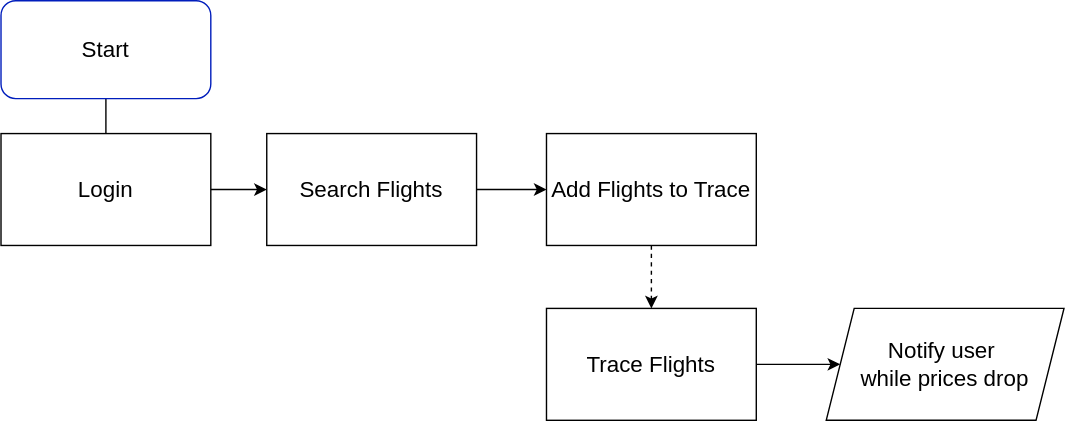
Above: diagram/Basic user flow.svg in CY-Marowak/FlightTicketProject (draw.io), before the change. Source tidied: cells renumbered, new cells last; positions are measured from the earlier drawing's top-left corner, leaving out a move shared by most shapes.
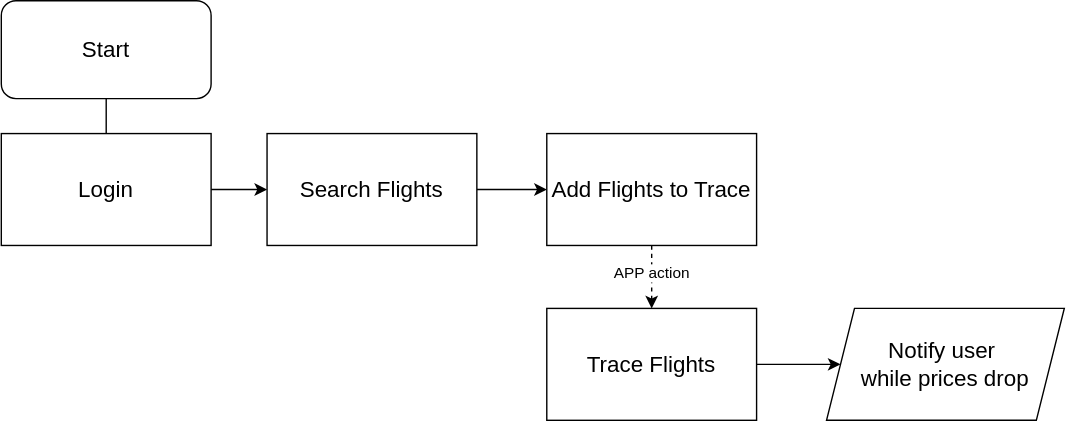
After the commit.

The edit, as a diff of the source:
```diff
@@ -5,34 +5,37 @@
     <mxCell id="2" style="edgeStyle=orthogonalEdgeStyle;rounded=0;jettySize=auto;html=1;exitX=0.5;exitY=1;exitDx=0;exitDy=0;entryX=0.5;entryY=0;entryDx=0;entryDy=0;endArrow=none;endFill=0;" parent="1" edge="1" source="3" target="5">
       <mxGeometry relative="1" as="geometry" />
     </mxCell>
-    <mxCell id="3" value="&lt;font style=&quot;font-size: 16px; color: light-dark(rgb(0, 0, 0), rgb(0, 0, 0));&quot;&gt;Start&lt;/font&gt;" style="rounded=1;whiteSpace=wrap;html=1;fillColor=light-dark(#FFFFFF,#66B2FF);fontColor=#ffffff;strokeColor=#001DBC;" parent="1" vertex="1">
+    <mxCell id="3" value="&lt;font style=&quot;font-size: 16px; color: light-dark(rgb(0, 0, 0), rgb(255, 255, 255));&quot;&gt;Start&lt;/font&gt;" style="rounded=1;whiteSpace=wrap;html=1;fillColor=light-dark(#FFFFFF,#000000);fontColor=#ffffff;strokeColor=light-dark(#000000,#FFFFFF);" parent="1" vertex="1">
       <mxGeometry width="150" height="70" as="geometry" />
     </mxCell>
     <mxCell id="4" style="edgeStyle=orthogonalEdgeStyle;rounded=0;jettySize=auto;html=1;exitX=1;exitY=0.5;exitDx=0;exitDy=0;entryX=0;entryY=0.5;entryDx=0;entryDy=0;" parent="1" edge="1" source="5" target="7">
       <mxGeometry relative="1" as="geometry" />
     </mxCell>
-    <mxCell id="5" value="&lt;span style=&quot;font-size: 16px;&quot;&gt;&lt;font style=&quot;color: light-dark(rgb(0, 0, 0), rgb(0, 0, 0));&quot;&gt;Login&lt;/font&gt;&lt;/span&gt;" style="rounded=0;whiteSpace=wrap;html=1;fillColor=light-dark(#FFFFFF,#66B2FF);" parent="1" vertex="1">
+    <mxCell id="5" value="&lt;span style=&quot;font-size: 16px;&quot;&gt;&lt;font style=&quot;color: light-dark(rgb(0, 0, 0), rgb(255, 255, 255));&quot;&gt;Login&lt;/font&gt;&lt;/span&gt;" style="rounded=0;whiteSpace=wrap;html=1;fillColor=light-dark(#FFFFFF,#000000);" parent="1" vertex="1">
       <mxGeometry y="95" width="150" height="80" as="geometry" />
     </mxCell>
     <mxCell id="6" style="edgeStyle=orthogonalEdgeStyle;rounded=0;jettySize=auto;html=1;exitX=1;exitY=0.5;exitDx=0;exitDy=0;entryX=0;entryY=0.5;entryDx=0;entryDy=0;" parent="1" edge="1" source="7" target="9">
       <mxGeometry relative="1" as="geometry" />
     </mxCell>
-    <mxCell id="7" value="&lt;span style=&quot;font-size: 16px;&quot;&gt;&lt;font style=&quot;color: light-dark(rgb(0, 0, 0), rgb(0, 0, 0));&quot;&gt;Search Flights&lt;/font&gt;&lt;/span&gt;" style="rounded=0;whiteSpace=wrap;html=1;fillColor=light-dark(#FFFFFF,#66B2FF);" parent="1" vertex="1">
+    <mxCell id="7" value="&lt;span style=&quot;font-size: 16px;&quot;&gt;&lt;font style=&quot;color: light-dark(rgb(0, 0, 0), rgb(255, 255, 255));&quot;&gt;Search Flights&lt;/font&gt;&lt;/span&gt;" style="rounded=0;whiteSpace=wrap;html=1;fillColor=light-dark(#FFFFFF,#000000);" parent="1" vertex="1">
       <mxGeometry x="190" y="95" width="150" height="80" as="geometry" />
     </mxCell>
     <mxCell id="8" style="edgeStyle=orthogonalEdgeStyle;rounded=0;jettySize=auto;html=1;exitX=0.5;exitY=1;exitDx=0;exitDy=0;entryX=0.5;entryY=0;entryDx=0;entryDy=0;dashed=1;" parent="1" edge="1" source="9" target="11">
       <mxGeometry relative="1" as="geometry" />
     </mxCell>
+    <mxCell id="13" value="APP action" style="edgeLabel;html=1;align=center;verticalAlign=middle;" parent="8" vertex="1">
+      <mxGeometry x="-0.15" relative="1" as="geometry" />
+    </mxCell>
-    <mxCell id="9" value="&lt;span style=&quot;font-size: 16px;&quot;&gt;&lt;font style=&quot;color: light-dark(rgb(0, 0, 0), rgb(0, 0, 0));&quot;&gt;Add Flights to Trace&lt;/font&gt;&lt;/span&gt;" style="rounded=0;whiteSpace=wrap;html=1;fillColor=light-dark(#FFFFFF,#66B2FF);" parent="1" vertex="1">
+    <mxCell id="9" value="&lt;span style=&quot;font-size: 16px;&quot;&gt;&lt;font style=&quot;color: light-dark(rgb(0, 0, 0), rgb(255, 255, 255));&quot;&gt;Add Flights to Trace&lt;/font&gt;&lt;/span&gt;" style="rounded=0;whiteSpace=wrap;html=1;fillColor=light-dark(#FFFFFF,#000000);" parent="1" vertex="1">
       <mxGeometry x="390" y="95" width="150" height="80" as="geometry" />
     </mxCell>
     <mxCell id="10" style="edgeStyle=orthogonalEdgeStyle;rounded=0;jettySize=auto;html=1;exitX=1;exitY=0.5;exitDx=0;exitDy=0;entryX=0;entryY=0.5;entryDx=0;entryDy=0;" parent="1" edge="1" source="11" target="12">
       <mxGeometry relative="1" as="geometry" />
     </mxCell>
-    <mxCell id="11" value="&lt;span style=&quot;font-size: 16px;&quot;&gt;&lt;font style=&quot;color: light-dark(rgb(0, 0, 0), rgb(0, 0, 0));&quot;&gt;Trace Flights&lt;/font&gt;&lt;/span&gt;" style="rounded=0;whiteSpace=wrap;html=1;fillColor=light-dark(#FFFFFF,#33FF33);" parent="1" vertex="1">
+    <mxCell id="11" value="&lt;span style=&quot;font-size: 16px;&quot;&gt;&lt;font style=&quot;color: light-dark(rgb(0, 0, 0), rgb(0, 0, 0));&quot;&gt;Trace Flights&lt;/font&gt;&lt;/span&gt;" style="rounded=0;whiteSpace=wrap;html=1;fillColor=light-dark(#FFFFFF,#B3B3B3);strokeColor=light-dark(#000000,#000000);" parent="1" vertex="1">
       <mxGeometry x="390" y="220" width="150" height="80" as="geometry" />
     </mxCell>
-    <mxCell id="12" value="&lt;span style=&quot;font-size: 16px;&quot;&gt;&lt;font style=&quot;color: light-dark(rgb(0, 0, 0), rgb(0, 0, 0));&quot;&gt;Notify user&amp;nbsp;&lt;/font&gt;&lt;/span&gt;&lt;div&gt;&lt;span style=&quot;font-size: 16px;&quot;&gt;&lt;font style=&quot;color: light-dark(rgb(0, 0, 0), rgb(0, 0, 0));&quot;&gt;while prices drop&lt;/font&gt;&lt;/span&gt;&lt;/div&gt;" style="shape=parallelogram;perimeter=parallelogramPerimeter;whiteSpace=wrap;html=1;fixedSize=1;fillColor=light-dark(#FFFFFF,#33FF33);" parent="1" vertex="1">
+    <mxCell id="12" value="&lt;span style=&quot;font-size: 16px;&quot;&gt;&lt;font style=&quot;color: light-dark(rgb(0, 0, 0), rgb(0, 0, 0));&quot;&gt;Notify user&amp;nbsp;&lt;/font&gt;&lt;/span&gt;&lt;div&gt;&lt;span style=&quot;font-size: 16px;&quot;&gt;&lt;font style=&quot;color: light-dark(rgb(0, 0, 0), rgb(0, 0, 0));&quot;&gt;while prices drop&lt;/font&gt;&lt;/span&gt;&lt;/div&gt;" style="shape=parallelogram;perimeter=parallelogramPerimeter;whiteSpace=wrap;html=1;fixedSize=1;fillColor=light-dark(#FFFFFF,#CCCCCC);strokeColor=light-dark(#000000,#000000);" parent="1" vertex="1">
       <mxGeometry x="590" y="220" width="170" height="80" as="geometry" />
     </mxCell>
   </root>
```
